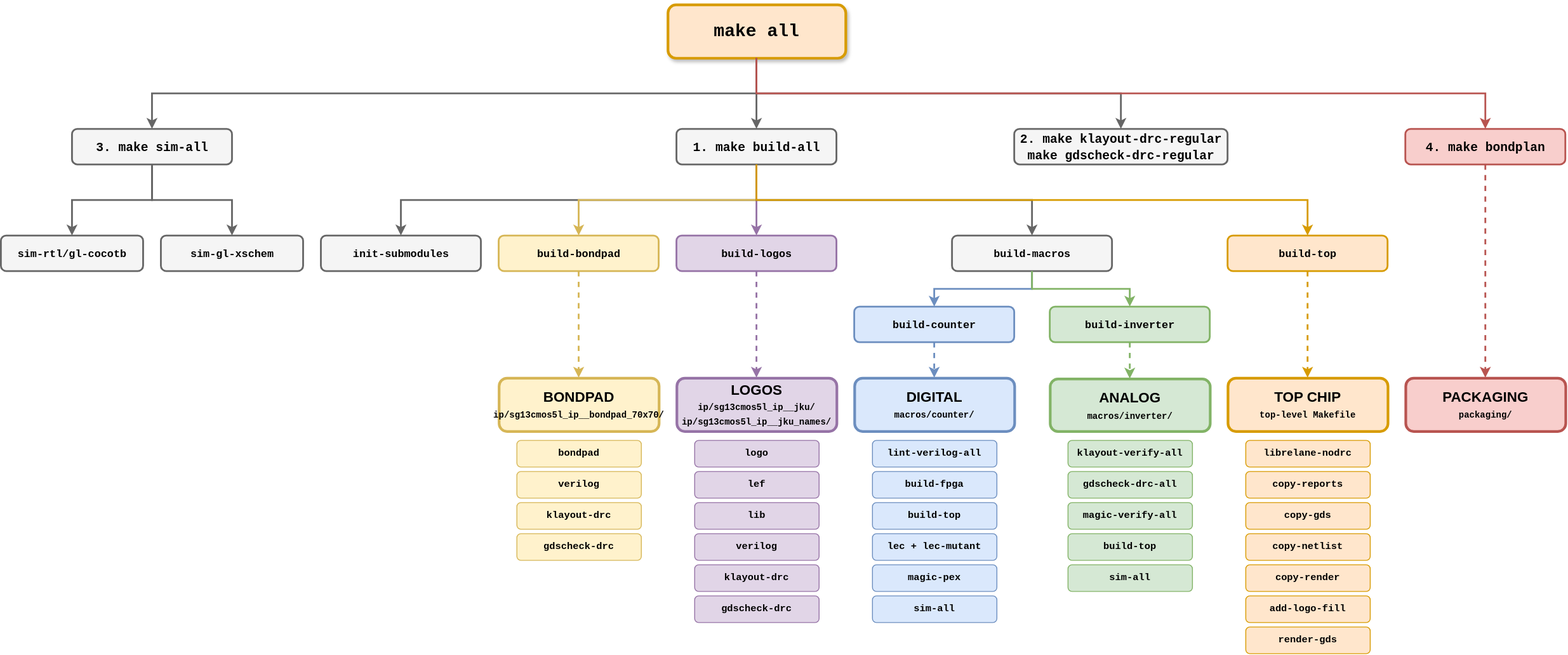
Above: tutorial/fig/targets_overview/targets_overview.svg in iic-jku/ihp-sg13cmos5l-ams-chip-template (draw.io), before the change. Source tidied: cells renumbered, new cells last; positions are measured from the earlier drawing's top-left corner, leaving out a move shared by most shapes.
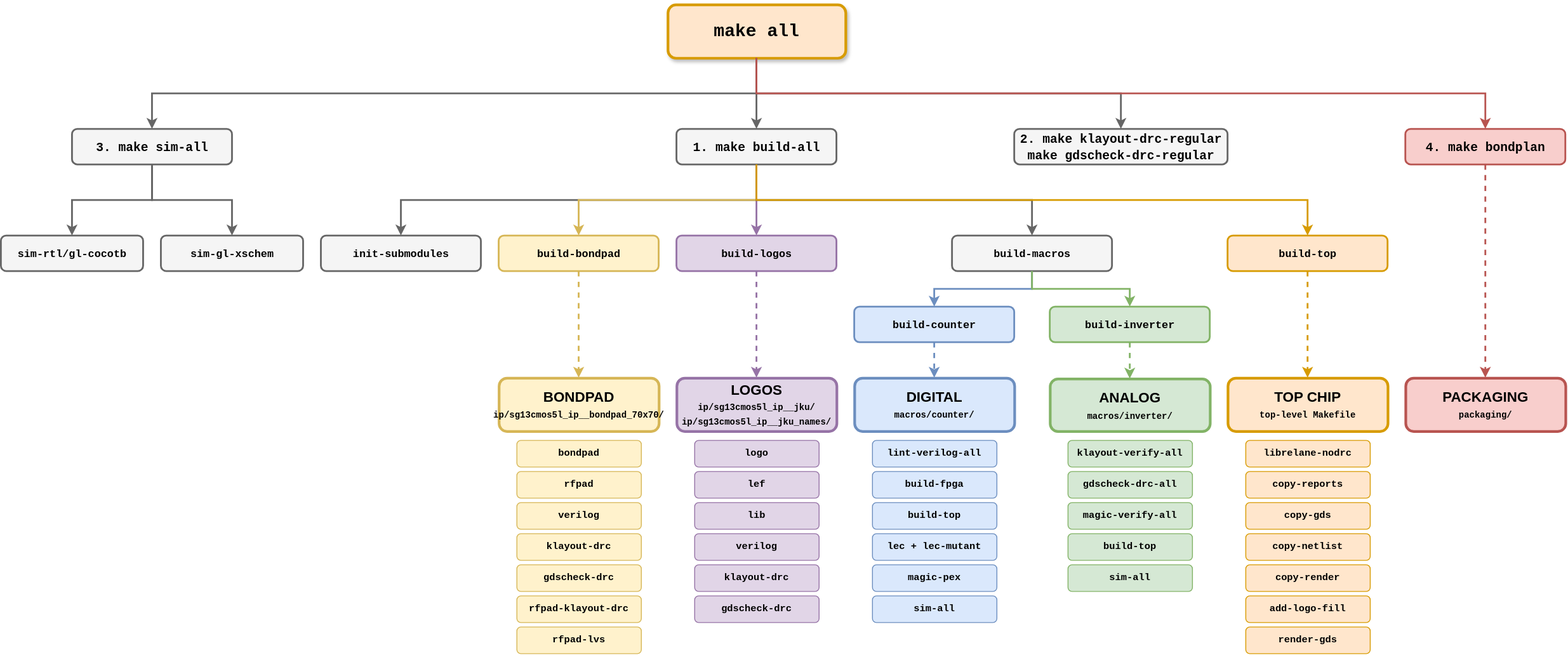
After the commit.

Commit message:
documented the RF pad in the READMEs, the tutorial and the targets figure

The edit, as a diff of the source:
```diff
@@ -65,15 +65,24 @@
     <mxCell id="22" value="&lt;font face=&quot;Courier New&quot; style=&quot;font-size: 11px;&quot;&gt;&lt;b&gt;bondpad&lt;/b&gt;&lt;/font&gt;" style="rounded=1;whiteSpace=wrap;html=1;fontSize=11;fillColor=#fff2cc;strokeColor=#d6b656;strokeWidth=1;fontStyle=0;verticalAlign=middle;sketch=0;" parent="1" vertex="1">
       <mxGeometry x="580" y="490" width="140" height="30" as="geometry" />
     </mxCell>
+    <mxCell id="69" value="&lt;font face=&quot;Courier New&quot; style=&quot;font-size: 11px;&quot;&gt;&lt;b&gt;rfpad&lt;/b&gt;&lt;/font&gt;" style="rounded=1;whiteSpace=wrap;html=1;fontSize=11;fillColor=#fff2cc;strokeColor=#d6b656;strokeWidth=1;fontStyle=0;verticalAlign=middle;sketch=0;" parent="1" vertex="1">
+      <mxGeometry x="580" y="525" width="140" height="30" as="geometry" />
+    </mxCell>
     <mxCell id="23" value="&lt;font face=&quot;Courier New&quot; style=&quot;font-size: 11px;&quot;&gt;&lt;b&gt;verilog&lt;/b&gt;&lt;/font&gt;" style="rounded=1;whiteSpace=wrap;html=1;fontSize=11;fillColor=#fff2cc;strokeColor=#d6b656;strokeWidth=1;fontStyle=0;verticalAlign=middle;sketch=0;" parent="1" vertex="1">
-      <mxGeometry x="580" y="525" width="140" height="30" as="geometry" />
+      <mxGeometry x="580" y="560" width="140" height="30" as="geometry" />
     </mxCell>
     <mxCell id="24" value="&lt;font face=&quot;Courier New&quot; style=&quot;font-size: 11px;&quot;&gt;&lt;b&gt;klayout-drc&lt;/b&gt;&lt;/font&gt;" style="rounded=1;whiteSpace=wrap;html=1;fontSize=11;fillColor=#fff2cc;strokeColor=#d6b656;strokeWidth=1;fontStyle=0;verticalAlign=middle;sketch=0;" parent="1" vertex="1">
-      <mxGeometry x="580" y="560" width="140" height="30" as="geometry" />
+      <mxGeometry x="580" y="595" width="140" height="30" as="geometry" />
     </mxCell>
     <mxCell id="25" value="&lt;font face=&quot;Courier New&quot; style=&quot;font-size: 11px;&quot;&gt;&lt;b&gt;gdscheck-drc&lt;/b&gt;&lt;/font&gt;" style="rounded=1;whiteSpace=wrap;html=1;fontSize=11;fillColor=#fff2cc;strokeColor=#d6b656;strokeWidth=1;fontStyle=0;verticalAlign=middle;sketch=0;" parent="1" vertex="1">
-      <mxGeometry x="580" y="595" width="140" height="30" as="geometry" />
+      <mxGeometry x="580" y="630" width="140" height="30" as="geometry" />
     </mxCell>
+    <mxCell id="70" value="&lt;font face=&quot;Courier New&quot; style=&quot;font-size: 11px;&quot;&gt;&lt;b&gt;rfpad-klayout-drc&lt;/b&gt;&lt;/font&gt;" style="rounded=1;whiteSpace=wrap;html=1;fontSize=11;fillColor=#fff2cc;strokeColor=#d6b656;strokeWidth=1;fontStyle=0;verticalAlign=middle;sketch=0;" parent="1" vertex="1">
+      <mxGeometry x="580" y="665" width="140" height="30" as="geometry" />
+    </mxCell>
+    <mxCell id="71" value="&lt;font face=&quot;Courier New&quot; style=&quot;font-size: 11px;&quot;&gt;&lt;b&gt;rfpad-lvs&lt;/b&gt;&lt;/font&gt;" style="rounded=1;whiteSpace=wrap;html=1;fontSize=11;fillColor=#fff2cc;strokeColor=#d6b656;strokeWidth=1;fontStyle=0;verticalAlign=middle;sketch=0;" parent="1" vertex="1">
+      <mxGeometry x="580" y="700" width="140" height="30" as="geometry" />
+    </mxCell>
     <mxCell id="26" value="&lt;font face=&quot;Courier New&quot; style=&quot;font-size: 11px;&quot;&gt;&lt;b&gt;logo&lt;/b&gt;&lt;/font&gt;" style="rounded=1;whiteSpace=wrap;html=1;fontSize=11;fillColor=#e1d5e7;strokeColor=#9673a6;strokeWidth=1;fontStyle=0;verticalAlign=middle;sketch=0;" parent="1" vertex="1">
       <mxGeometry x="780" y="490" width="140" height="30" as="geometry" />
     </mxCell>
```
